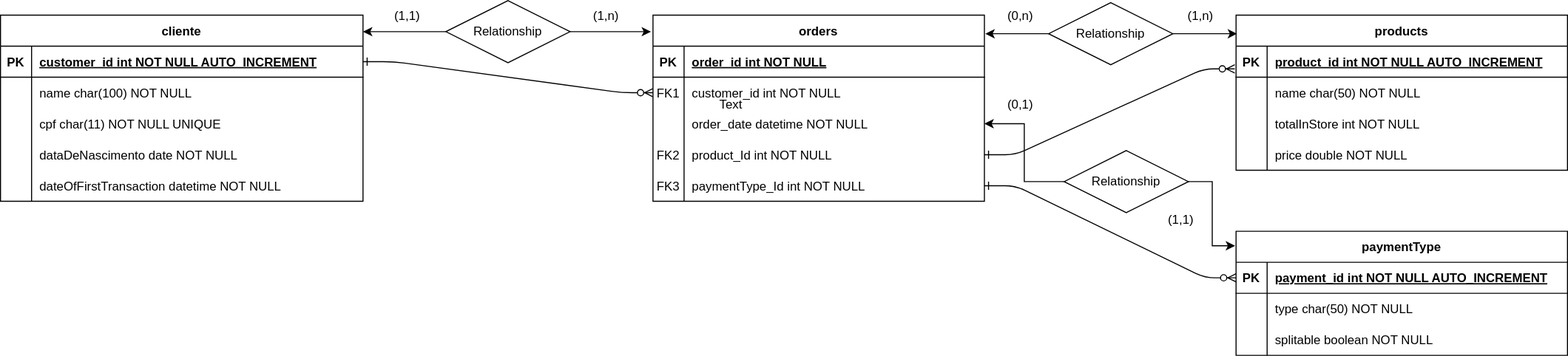
This is conceptual-model.drawio.svg from wallysonruan/own-ecommerce, a draw.io export, as it was before one commit. Source tidied: cells renumbered, new cells last; positions are measured from the earlier drawing's top-left corner, leaving out a move shared by most shapes.
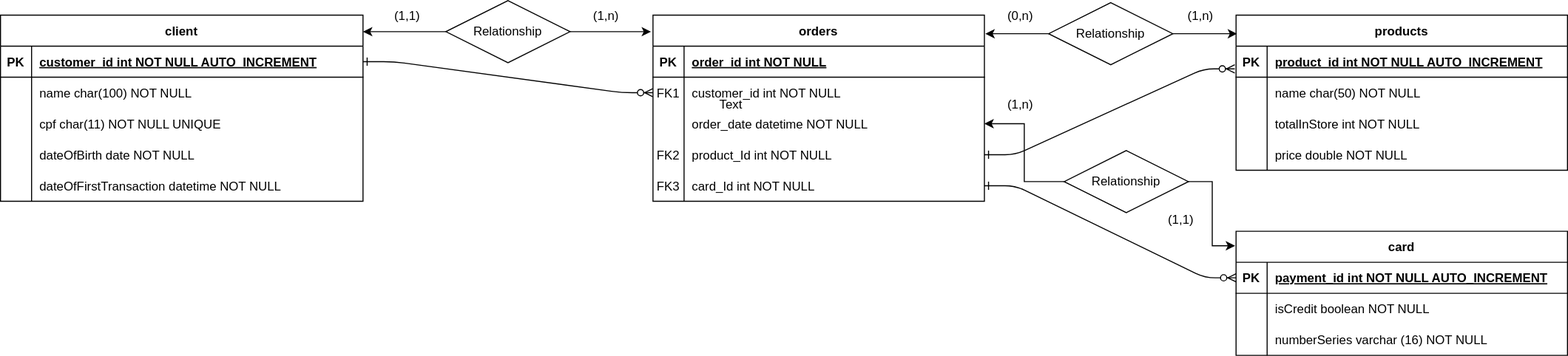
Later version of the same file.

Change to the diagram source:
```diff
@@ -50,7 +50,7 @@
     <mxCell id="17" value="FK3" style="shape=partialRectangle;overflow=hidden;fillColor=none;top=0;left=0;bottom=0;right=0;" parent="16" vertex="1">
       <mxGeometry width="30" height="30" as="geometry" />
     </mxCell>
-    <mxCell id="18" value="paymentType_Id int NOT NULL" style="shape=partialRectangle;overflow=hidden;fillColor=none;top=0;left=0;bottom=0;right=0;align=left;spacingLeft=6;" parent="16" vertex="1">
+    <mxCell id="18" value="card_Id int NOT NULL" style="shape=partialRectangle;overflow=hidden;fillColor=none;top=0;left=0;bottom=0;right=0;align=left;spacingLeft=6;" parent="16" vertex="1">
       <mxGeometry x="30" width="290" height="30" as="geometry" />
     </mxCell>
     <mxCell id="19" value="products" style="shape=table;startSize=30;rowLines=0;fontStyle=1;align=center;" parent="1" vertex="1">
@@ -92,7 +92,7 @@
     <mxCell id="31" value="price double NOT NULL" style="shape=partialRectangle;overflow=hidden;fillColor=none;top=0;left=0;bottom=0;right=0;align=left;spacingLeft=6;" parent="29" vertex="1">
       <mxGeometry x="30" width="290" height="30" as="geometry" />
     </mxCell>
-    <mxCell id="32" value="cliente" style="shape=table;startSize=30;rowLines=0;fontStyle=1;align=center;" parent="1" vertex="1">
+    <mxCell id="32" value="client" style="shape=table;startSize=30;rowLines=0;fontStyle=1;align=center;" parent="1" vertex="1">
       <mxGeometry y="14" width="350" height="180" as="geometry" />
     </mxCell>
     <mxCell id="33" style="shape=partialRectangle;fillColor=none;points=[[0,0.5],[1,0.5]];portConstraint=eastwest;top=0;left=0;right=0;bottom=1;" parent="32" vertex="1">
@@ -128,7 +128,7 @@
     <mxCell id="43" style="shape=partialRectangle;overflow=hidden;fillColor=none;top=0;left=0;bottom=0;right=0;" parent="42" vertex="1">
       <mxGeometry width="30" height="30" as="geometry" />
     </mxCell>
-    <mxCell id="44" value="dataDeNascimento date NOT NULL" style="shape=partialRectangle;overflow=hidden;fillColor=none;top=0;left=0;bottom=0;right=0;align=left;spacingLeft=6;" parent="42" vertex="1">
+    <mxCell id="44" value="dateOfBirth date NOT NULL" style="shape=partialRectangle;overflow=hidden;fillColor=none;top=0;left=0;bottom=0;right=0;align=left;spacingLeft=6;" parent="42" vertex="1">
       <mxGeometry x="30" width="320" height="30" as="geometry" />
     </mxCell>
     <mxCell id="45" style="shape=partialRectangle;fillColor=none;top=0;left=0;right=0;bottom=0;" parent="32" vertex="1">
@@ -143,7 +143,7 @@
     <mxCell id="48" style="edgeStyle=entityRelationEdgeStyle;endArrow=ERzeroToMany;startArrow=ERone;endFill=1;startFill=0;exitX=1;exitY=0.5;exitDx=0;exitDy=0;entryX=-0.004;entryY=0.733;entryDx=0;entryDy=0;entryPerimeter=0;" parent="1" edge="1" source="13" target="20">
       <mxGeometry relative="1" as="geometry" />
     </mxCell>
-    <mxCell id="49" value="paymentType" style="shape=table;startSize=30;rowLines=0;fontStyle=1;align=center;" parent="1" vertex="1">
+    <mxCell id="49" value="card" style="shape=table;startSize=30;rowLines=0;fontStyle=1;align=center;" parent="1" vertex="1">
       <mxGeometry x="1193" y="223" width="320" height="120" as="geometry" />
     </mxCell>
     <mxCell id="50" style="shape=partialRectangle;fillColor=none;points=[[0,0.5],[1,0.5]];portConstraint=eastwest;top=0;left=0;right=0;bottom=1;" parent="49" vertex="1">
@@ -161,7 +161,7 @@
     <mxCell id="54" style="shape=partialRectangle;overflow=hidden;fillColor=none;top=0;left=0;bottom=0;right=0;" parent="53" vertex="1">
       <mxGeometry width="30" height="30" as="geometry" />
     </mxCell>
-    <mxCell id="55" value="type char(50) NOT NULL" style="shape=partialRectangle;overflow=hidden;fillColor=none;top=0;left=0;bottom=0;right=0;align=left;spacingLeft=6;" parent="53" vertex="1">
+    <mxCell id="55" value="isCredit boolean NOT NULL" style="shape=partialRectangle;overflow=hidden;fillColor=none;top=0;left=0;bottom=0;right=0;align=left;spacingLeft=6;" parent="53" vertex="1">
       <mxGeometry x="30" width="290" height="30" as="geometry" />
     </mxCell>
     <mxCell id="56" style="shape=partialRectangle;fillColor=none;top=0;left=0;right=0;bottom=0;" parent="49" vertex="1">
@@ -170,7 +170,7 @@
     <mxCell id="57" style="shape=partialRectangle;overflow=hidden;fillColor=none;top=0;left=0;bottom=0;right=0;" parent="56" vertex="1">
       <mxGeometry width="30" height="30" as="geometry" />
     </mxCell>
-    <mxCell id="58" value="splitable boolean NOT NULL" style="shape=partialRectangle;overflow=hidden;fillColor=none;top=0;left=0;bottom=0;right=0;align=left;spacingLeft=6;" parent="56" vertex="1">
+    <mxCell id="58" value="numberSeries varchar (16) NOT NULL" style="shape=partialRectangle;overflow=hidden;fillColor=none;top=0;left=0;bottom=0;right=0;align=left;spacingLeft=6;" parent="56" vertex="1">
       <mxGeometry x="30" width="290" height="30" as="geometry" />
     </mxCell>
     <mxCell id="59" style="edgeStyle=entityRelationEdgeStyle;endArrow=ERzeroToMany;startArrow=ERone;endFill=1;startFill=0;exitX=1;exitY=0.5;exitDx=0;exitDy=0;entryX=0;entryY=0.5;entryDx=0;entryDy=0;" parent="1" edge="1" source="16" target="50">
@@ -218,7 +218,7 @@
     <mxCell id="73" value="(1,n)" style="text;html=1;strokeColor=none;fillColor=none;align=center;verticalAlign=middle;whiteSpace=wrap;rounded=0;" parent="1" vertex="1">
       <mxGeometry x="1129" width="60" height="30" as="geometry" />
     </mxCell>
-    <mxCell id="74" value="(0,1)" style="text;html=1;strokeColor=none;fillColor=none;align=center;verticalAlign=middle;whiteSpace=wrap;rounded=0;" parent="1" vertex="1">
+    <mxCell id="74" value="(1,n)" style="text;html=1;strokeColor=none;fillColor=none;align=center;verticalAlign=middle;whiteSpace=wrap;rounded=0;" parent="1" vertex="1">
       <mxGeometry x="955" y="86" width="60" height="30" as="geometry" />
     </mxCell>
     <mxCell id="75" value="(1,1)" style="text;html=1;strokeColor=none;fillColor=none;align=center;verticalAlign=middle;whiteSpace=wrap;rounded=0;" parent="1" vertex="1">
```
